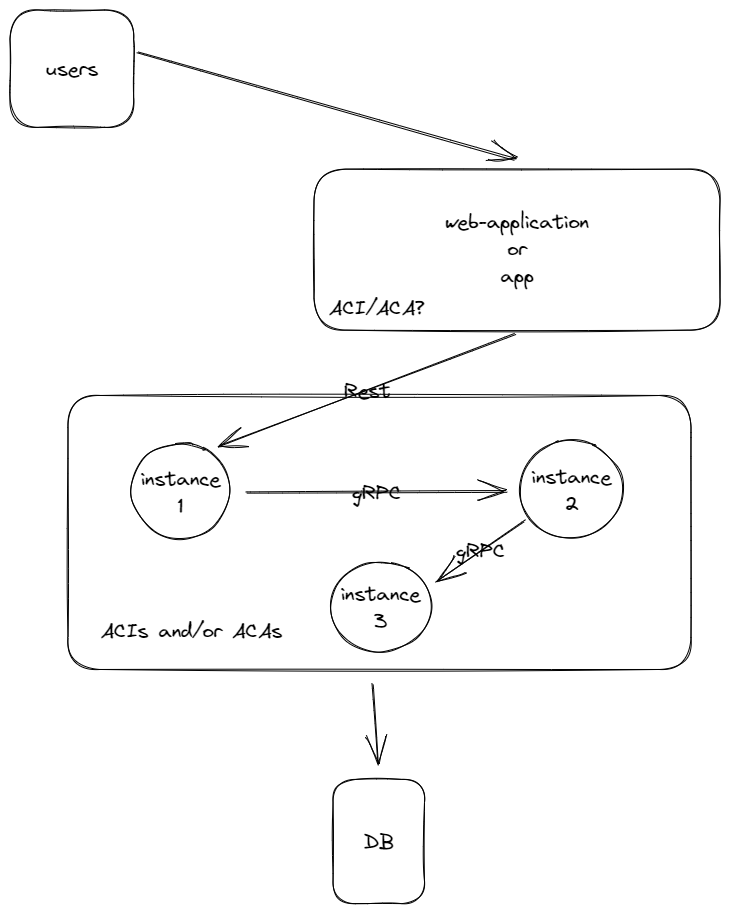
fabiohaifa/go-simple-rest-api-wth-gin keeps this Excalidraw diagram as drawning/sample.excalidraw.png. Above is the earlier version. Source tidied: one line per element, renumbered; positions are measured from the earlier drawing's top-left corner, leaving out a move shared by most shapes. Its diagram source:
```json
{"id": 0, "type": "rectangle", "strokeColor": "#000000", "strokeWidth": 1, "roughness": 1, "round": true, "x": 0, "y": 0, "width": 124, "height": 117}
{"id": 1, "type": "text", "text": "users", "strokeColor": "#000000", "strokeWidth": 1, "roughness": 1, "fontSize": 20, "fontFamily": 1, "textAlign": "center", "verticalAlign": "middle", "inside": 0, "x": 35, "y": 46, "width": 54, "height": 27}
{"id": 2, "type": "rectangle", "strokeColor": "#000000", "strokeWidth": 1, "roughness": 1, "round": true, "x": 304, "y": 159, "width": 406, "height": 161}
{"id": 3, "type": "text", "text": "web-application\nor\napp", "strokeColor": "#000000", "strokeWidth": 1, "roughness": 1, "fontSize": 20, "fontFamily": 1, "textAlign": "center", "verticalAlign": "middle", "inside": 2, "x": 435, "y": 199, "width": 145, "height": 81}
{"id": 4, "type": "arrow", "strokeColor": "#000000", "strokeWidth": 1, "roughness": 1, "endArrowhead": "arrow", "round": true, "from": 0, "to": 2, "x": 128, "y": 42, "width": 378, "height": 108, "points": [[0, 0], [378, 108]]}
{"id": 5, "type": "rectangle", "strokeColor": "#000000", "strokeWidth": 1, "roughness": 1, "round": true, "x": 58, "y": 385, "width": 623, "height": 274}
{"id": 6, "type": "ellipse", "strokeColor": "#000000", "strokeWidth": 1, "roughness": 1, "round": true, "x": 122, "y": 433, "width": 98, "height": 96}
{"id": 7, "type": "text", "text": "instance\n1", "strokeColor": "#000000", "strokeWidth": 1, "roughness": 1, "fontSize": 20, "fontFamily": 1, "textAlign": "center", "verticalAlign": "middle", "inside": 6, "x": 130, "y": 456, "width": 81, "height": 54}
{"id": 8, "type": "ellipse", "strokeColor": "#000000", "strokeWidth": 1, "roughness": 1, "round": true, "x": 321, "y": 551, "width": 101, "height": 90}
{"id": 9, "type": "text", "text": "instance\n3", "strokeColor": "#000000", "strokeWidth": 1, "roughness": 1, "fontSize": 20, "fontFamily": 1, "textAlign": "center", "verticalAlign": "middle", "inside": 8, "x": 330, "y": 571, "width": 81, "height": 54}
{"id": 10, "type": "ellipse", "strokeColor": "#000000", "strokeWidth": 1, "roughness": 1, "round": true, "x": 510, "y": 430, "width": 103, "height": 97}
{"id": 11, "type": "text", "text": "instance\n2", "strokeColor": "#000000", "strokeWidth": 1, "roughness": 1, "fontSize": 20, "fontFamily": 1, "textAlign": "center", "verticalAlign": "middle", "inside": 10, "x": 521, "y": 454, "width": 81, "height": 54}
{"id": 12, "type": "arrow", "strokeColor": "#000000", "strokeWidth": 1, "roughness": 1, "endArrowhead": "arrow", "round": true, "from": 2, "to": 6, "x": 506, "y": 324, "width": 296, "height": 112, "points": [[0, 0], [-296, 112]]}
{"id": 13, "type": "text", "text": "Rest", "strokeColor": "#000000", "strokeWidth": 1, "roughness": 1, "fontSize": 20, "fontFamily": 1, "textAlign": "center", "verticalAlign": "middle", "inside": 12, "x": 333, "y": 368, "width": 48, "height": 27}
{"id": 14, "type": "arrow", "strokeColor": "#000000", "strokeWidth": 1, "roughness": 1, "endArrowhead": "arrow", "round": true, "from": 6, "to": 10, "x": 236, "y": 483, "width": 262, "height": 2, "points": [[0, 0], [262, -2]]}
{"id": 15, "type": "text", "text": "gRPC", "strokeColor": "#000000", "strokeWidth": 1, "roughness": 1, "fontSize": 20, "fontFamily": 1, "textAlign": "center", "verticalAlign": "middle", "inside": 14, "x": 341, "y": 470, "width": 51, "height": 27}
{"id": 16, "type": "arrow", "strokeColor": "#000000", "strokeWidth": 1, "roughness": 1, "endArrowhead": "arrow", "round": true, "from": 10, "to": 8, "x": 516, "y": 510, "width": 90, "height": 61, "points": [[0, 0], [-90, 61]]}
{"id": 17, "type": "text", "text": "gRPC", "strokeColor": "#000000", "strokeWidth": 1, "roughness": 1, "fontSize": 20, "fontFamily": 1, "textAlign": "center", "verticalAlign": "middle", "inside": 16, "x": 445, "y": 528, "width": 51, "height": 27}
{"id": 18, "type": "text", "text": "ACIs and/or ACAs", "strokeColor": "#000000", "strokeWidth": 1, "roughness": 1, "fontSize": 20, "fontFamily": 1, "x": 91, "y": 609, "width": 182, "height": 25}
{"id": 19, "type": "rectangle", "strokeColor": "#000000", "strokeWidth": 1, "roughness": 1, "round": true, "x": 323, "y": 769, "width": 91, "height": 124}
{"id": 20, "type": "text", "text": "DB", "strokeColor": "#000000", "strokeWidth": 1, "roughness": 1, "fontSize": 20, "fontFamily": 1, "textAlign": "center", "verticalAlign": "middle", "inside": 19, "x": 353, "y": 819, "width": 31, "height": 27}
{"id": 21, "type": "arrow", "strokeColor": "#000000", "strokeWidth": 1, "roughness": 1, "endArrowhead": "arrow", "round": true, "from": 5, "to": 19, "x": 363, "y": 675, "width": 5, "height": 80, "points": [[0, 0], [5, 80]]}
{"id": 22, "type": "text", "text": "ACI/ACA?", "strokeColor": "#000000", "strokeWidth": 1, "roughness": 1, "fontSize": 20, "fontFamily": 1, "x": 319, "y": 286, "width": 96, "height": 25}
```
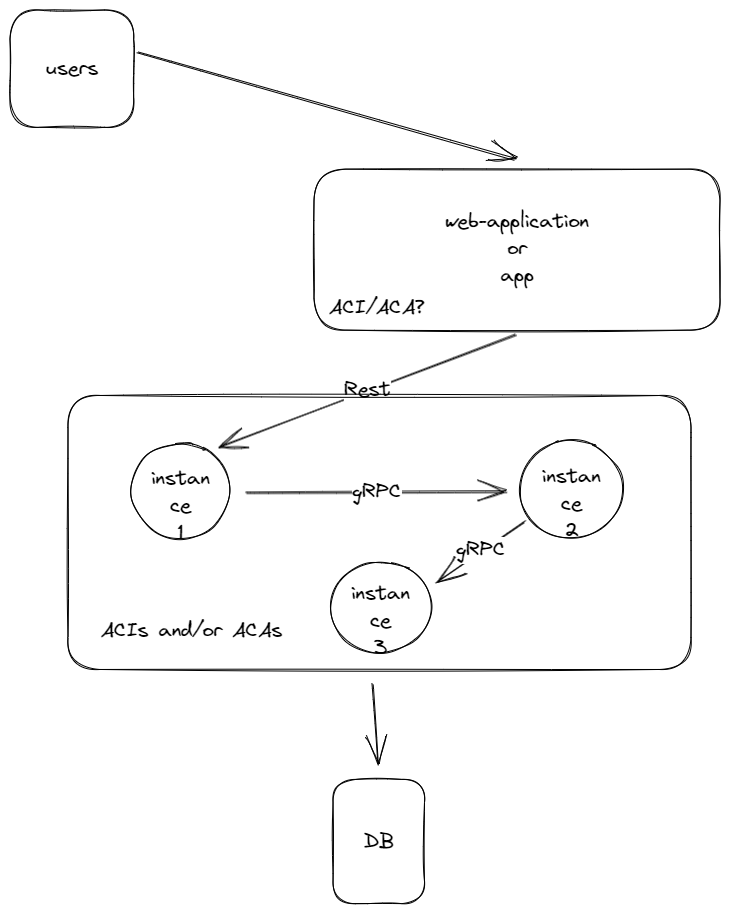
Later version of the same file.

Commit message:
chore: add more learning options

Diff of the diagram source:
```diff
@@ -1,23 +1,23 @@
 {"id": 0, "type": "rectangle", "strokeColor": "#000000", "strokeWidth": 1, "roughness": 1, "round": true, "x": 0, "y": 0, "width": 124, "height": 117}
-{"id": 1, "type": "text", "text": "users", "strokeColor": "#000000", "strokeWidth": 1, "roughness": 1, "fontSize": 20, "fontFamily": 1, "textAlign": "center", "verticalAlign": "middle", "inside": 0, "x": 35, "y": 46, "width": 54, "height": 27}
+{"id": 1, "type": "text", "text": "users", "strokeColor": "#000000", "strokeWidth": 1, "roughness": 1, "fontSize": 20, "fontFamily": 1, "textAlign": "center", "verticalAlign": "middle", "inside": 0, "x": 36, "y": 46, "width": 53, "height": 27}
 {"id": 2, "type": "rectangle", "strokeColor": "#000000", "strokeWidth": 1, "roughness": 1, "round": true, "x": 304, "y": 159, "width": 406, "height": 161}
-{"id": 3, "type": "text", "text": "web-application\nor\napp", "strokeColor": "#000000", "strokeWidth": 1, "roughness": 1, "fontSize": 20, "fontFamily": 1, "textAlign": "center", "verticalAlign": "middle", "inside": 2, "x": 435, "y": 199, "width": 145, "height": 81}
+{"id": 3, "type": "text", "text": "web-application\nor\napp", "strokeColor": "#000000", "strokeWidth": 1, "roughness": 1, "fontSize": 20, "fontFamily": 1, "textAlign": "center", "verticalAlign": "middle", "inside": 2, "x": 435, "y": 199, "width": 144, "height": 81}
 {"id": 4, "type": "arrow", "strokeColor": "#000000", "strokeWidth": 1, "roughness": 1, "endArrowhead": "arrow", "round": true, "from": 0, "to": 2, "x": 128, "y": 42, "width": 378, "height": 108, "points": [[0, 0], [378, 108]]}
 {"id": 5, "type": "rectangle", "strokeColor": "#000000", "strokeWidth": 1, "roughness": 1, "round": true, "x": 58, "y": 385, "width": 623, "height": 274}
 {"id": 6, "type": "ellipse", "strokeColor": "#000000", "strokeWidth": 1, "roughness": 1, "round": true, "x": 122, "y": 433, "width": 98, "height": 96}
-{"id": 7, "type": "text", "text": "instance\n1", "strokeColor": "#000000", "strokeWidth": 1, "roughness": 1, "fontSize": 20, "fontFamily": 1, "textAlign": "center", "verticalAlign": "middle", "inside": 6, "x": 130, "y": 456, "width": 81, "height": 54}
+{"id": 7, "type": "text", "text": "instan\nce\n1", "strokeColor": "#000000", "strokeWidth": 1, "roughness": 1, "fontSize": 20, "fontFamily": 1, "textAlign": "center", "verticalAlign": "middle", "inside": 6, "x": 141, "y": 456, "width": 59, "height": 81}
-{"id": 8, "type": "ellipse", "strokeColor": "#000000", "strokeWidth": 1, "roughness": 1, "round": true, "x": 321, "y": 551, "width": 101, "height": 90}
+{"id": 8, "type": "ellipse", "strokeColor": "#000000", "strokeWidth": 1, "roughness": 1, "round": true, "x": 321, "y": 551, "width": 101, "height": 91}
-{"id": 9, "type": "text", "text": "instance\n3", "strokeColor": "#000000", "strokeWidth": 1, "roughness": 1, "fontSize": 20, "fontFamily": 1, "textAlign": "center", "verticalAlign": "middle", "inside": 8, "x": 330, "y": 571, "width": 81, "height": 54}
+{"id": 9, "type": "text", "text": "instan\nce\n3", "strokeColor": "#000000", "strokeWidth": 1, "roughness": 1, "fontSize": 20, "fontFamily": 1, "textAlign": "center", "verticalAlign": "middle", "inside": 8, "x": 341, "y": 571, "width": 59, "height": 81}
 {"id": 10, "type": "ellipse", "strokeColor": "#000000", "strokeWidth": 1, "roughness": 1, "round": true, "x": 510, "y": 430, "width": 103, "height": 97}
-{"id": 11, "type": "text", "text": "instance\n2", "strokeColor": "#000000", "strokeWidth": 1, "roughness": 1, "fontSize": 20, "fontFamily": 1, "textAlign": "center", "verticalAlign": "middle", "inside": 10, "x": 521, "y": 454, "width": 81, "height": 54}
+{"id": 11, "type": "text", "text": "instan\nce\n2", "strokeColor": "#000000", "strokeWidth": 1, "roughness": 1, "fontSize": 20, "fontFamily": 1, "textAlign": "center", "verticalAlign": "middle", "inside": 10, "x": 532, "y": 454, "width": 59, "height": 81}
 {"id": 12, "type": "arrow", "strokeColor": "#000000", "strokeWidth": 1, "roughness": 1, "endArrowhead": "arrow", "round": true, "from": 2, "to": 6, "x": 506, "y": 324, "width": 296, "height": 112, "points": [[0, 0], [-296, 112]]}
-{"id": 13, "type": "text", "text": "Rest", "strokeColor": "#000000", "strokeWidth": 1, "roughness": 1, "fontSize": 20, "fontFamily": 1, "textAlign": "center", "verticalAlign": "middle", "inside": 12, "x": 333, "y": 368, "width": 48, "height": 27}
+{"id": 13, "type": "text", "text": "Rest", "strokeColor": "#000000", "strokeWidth": 1, "roughness": 1, "fontSize": 20, "fontFamily": 1, "textAlign": "center", "verticalAlign": "middle", "inside": 12, "x": 334, "y": 367, "width": 47, "height": 27}
 {"id": 14, "type": "arrow", "strokeColor": "#000000", "strokeWidth": 1, "roughness": 1, "endArrowhead": "arrow", "round": true, "from": 6, "to": 10, "x": 236, "y": 483, "width": 262, "height": 2, "points": [[0, 0], [262, -2]]}
-{"id": 15, "type": "text", "text": "gRPC", "strokeColor": "#000000", "strokeWidth": 1, "roughness": 1, "fontSize": 20, "fontFamily": 1, "textAlign": "center", "verticalAlign": "middle", "inside": 14, "x": 341, "y": 470, "width": 51, "height": 27}
+{"id": 15, "type": "text", "text": "gRPC", "strokeColor": "#000000", "strokeWidth": 1, "roughness": 1, "fontSize": 20, "fontFamily": 1, "textAlign": "center", "verticalAlign": "middle", "inside": 14, "x": 342, "y": 469, "width": 50, "height": 27}
 {"id": 16, "type": "arrow", "strokeColor": "#000000", "strokeWidth": 1, "roughness": 1, "endArrowhead": "arrow", "round": true, "from": 10, "to": 8, "x": 516, "y": 510, "width": 90, "height": 61, "points": [[0, 0], [-90, 61]]}
-{"id": 17, "type": "text", "text": "gRPC", "strokeColor": "#000000", "strokeWidth": 1, "roughness": 1, "fontSize": 20, "fontFamily": 1, "textAlign": "center", "verticalAlign": "middle", "inside": 16, "x": 445, "y": 528, "width": 51, "height": 27}
+{"id": 17, "type": "text", "text": "gRPC", "strokeColor": "#000000", "strokeWidth": 1, "roughness": 1, "fontSize": 20, "fontFamily": 1, "textAlign": "center", "verticalAlign": "middle", "inside": 16, "x": 446, "y": 527, "width": 50, "height": 27}
-{"id": 18, "type": "text", "text": "ACIs and/or ACAs", "strokeColor": "#000000", "strokeWidth": 1, "roughness": 1, "fontSize": 20, "fontFamily": 1, "x": 91, "y": 609, "width": 182, "height": 25}
+{"id": 18, "type": "text", "text": "ACIs and/or ACAs", "strokeColor": "#000000", "strokeWidth": 1, "roughness": 1, "fontSize": 20, "fontFamily": 1, "x": 91, "y": 609, "width": 181, "height": 25}
 {"id": 19, "type": "rectangle", "strokeColor": "#000000", "strokeWidth": 1, "roughness": 1, "round": true, "x": 323, "y": 769, "width": 91, "height": 124}
-{"id": 20, "type": "text", "text": "DB", "strokeColor": "#000000", "strokeWidth": 1, "roughness": 1, "fontSize": 20, "fontFamily": 1, "textAlign": "center", "verticalAlign": "middle", "inside": 19, "x": 353, "y": 819, "width": 31, "height": 27}
+{"id": 20, "type": "text", "text": "DB", "strokeColor": "#000000", "strokeWidth": 1, "roughness": 1, "fontSize": 20, "fontFamily": 1, "textAlign": "center", "verticalAlign": "middle", "inside": 19, "x": 354, "y": 819, "width": 30, "height": 27}
 {"id": 21, "type": "arrow", "strokeColor": "#000000", "strokeWidth": 1, "roughness": 1, "endArrowhead": "arrow", "round": true, "from": 5, "to": 19, "x": 363, "y": 675, "width": 5, "height": 80, "points": [[0, 0], [5, 80]]}
-{"id": 22, "type": "text", "text": "ACI/ACA?", "strokeColor": "#000000", "strokeWidth": 1, "roughness": 1, "fontSize": 20, "fontFamily": 1, "x": 319, "y": 286, "width": 96, "height": 25}
+{"id": 22, "type": "text", "text": "ACI/ACA?", "strokeColor": "#000000", "strokeWidth": 1, "roughness": 1, "fontSize": 20, "fontFamily": 1, "x": 319, "y": 286, "width": 95, "height": 25}
```
